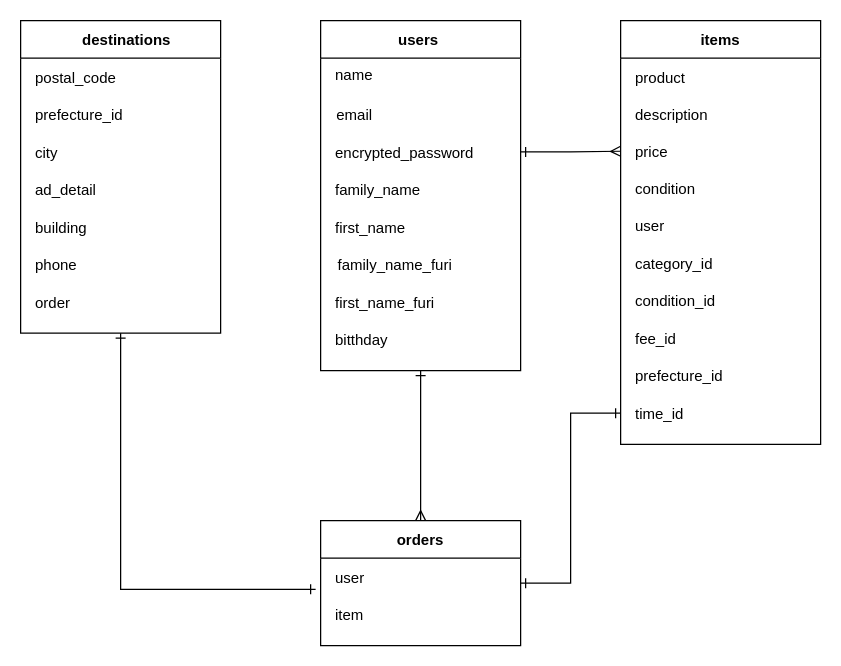
Earlier version of the draw.io diagram ER.dio (westvillege/furima-29642). Source tidied: cells renumbered, new cells numbered last; positions are measured from the earlier drawing's top-left corner, leaving out a move shared by most shapes. Both pictures are drawn from the tidied source at 125%, with x=0, y=0 at pixel (20, 20).
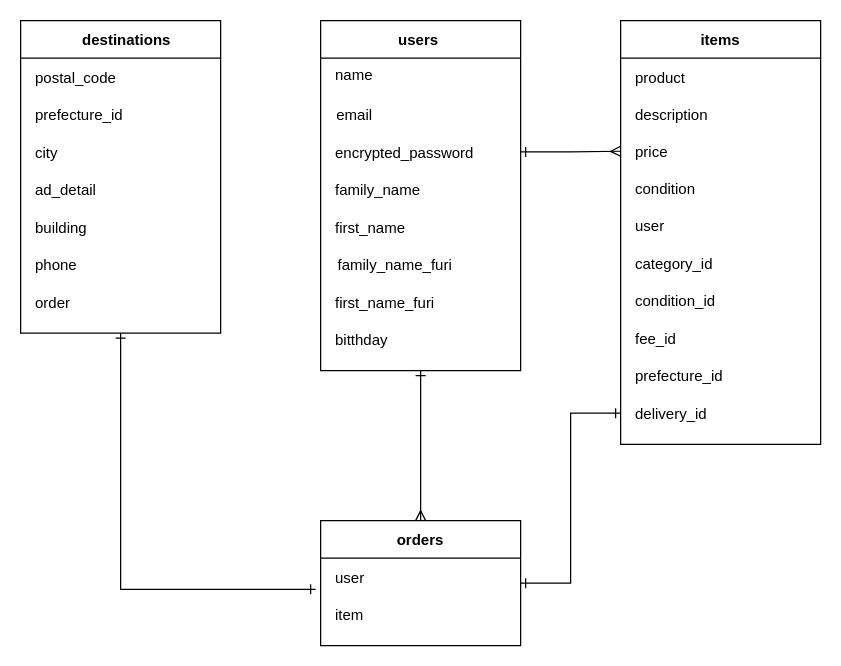
The same page after the edit.

Commit message (it also covers changes not shown here):
itemsのカラム名変更(time→delivery)

Unchanged cells that the change refers to:
```xml
<mxCell id="55" style="shape=partialRectangle;fillColor=none;top=0;left=0;bottom=0;right=0;points=[[0,0.5],[1,0.5]];portConstraint=eastwest;" parent="36" vertex="1">
  <mxGeometry y="299" width="160" height="30" as="geometry" />
</mxCell>
```

Change to the diagram source:
```diff
@@
-    <mxCell id="56" value="time_id" style="shape=partialRectangle;fillColor=none;top=0;left=0;bottom=0;right=0;overflow=hidden;align=left;spacingLeft=10;" parent="55" vertex="1">
+    <mxCell id="56" value="delivery_id" style="shape=partialRectangle;fillColor=none;top=0;left=0;bottom=0;right=0;overflow=hidden;align=left;spacingLeft=10;" parent="55" vertex="1">
       <mxGeometry width="160" height="30" as="geometry" />
     </mxCell>
```
